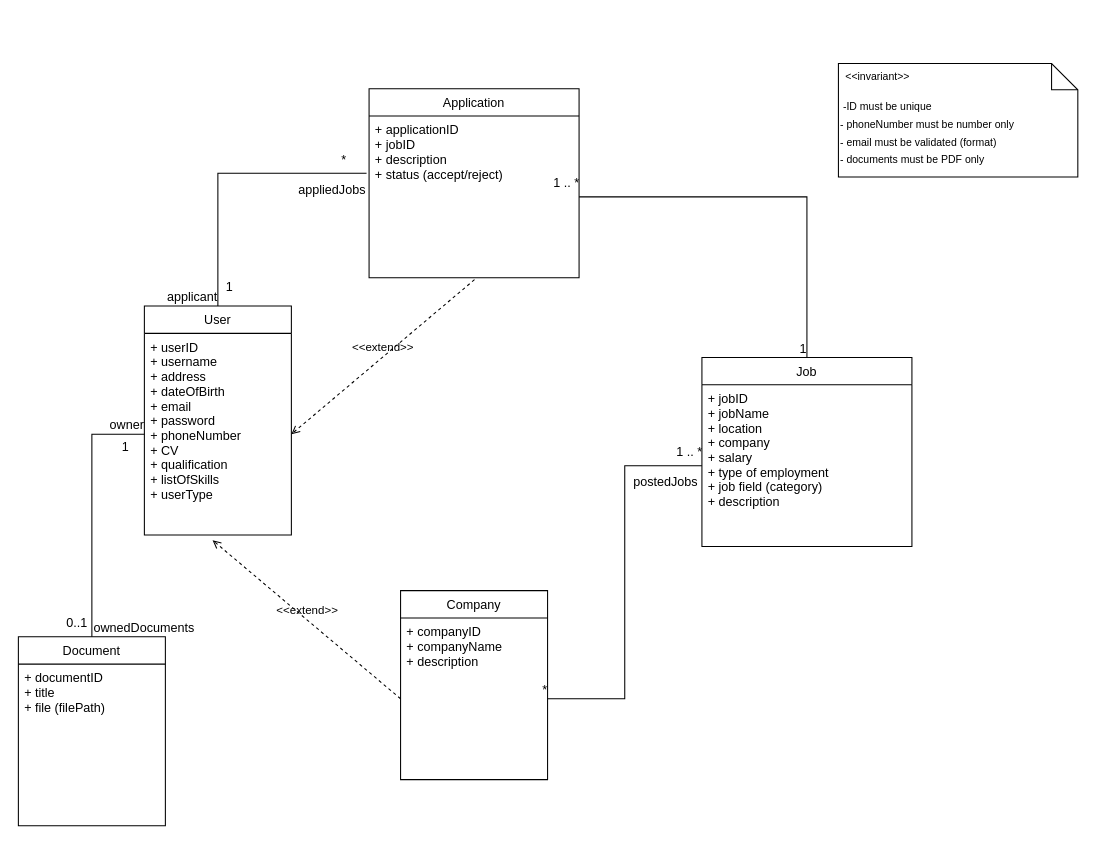
The draw.io diagram uml/information_domain_model.drawio in troppdus/MyWorstJobApp, before the edit. Source tidied: cells renumbered, new cells numbered last; positions are measured from the earlier drawing's top-left corner, leaving out a move shared by most shapes. Both pictures are drawn from the tidied source at 105%, with x=0, y=0 at pixel (18, 63).
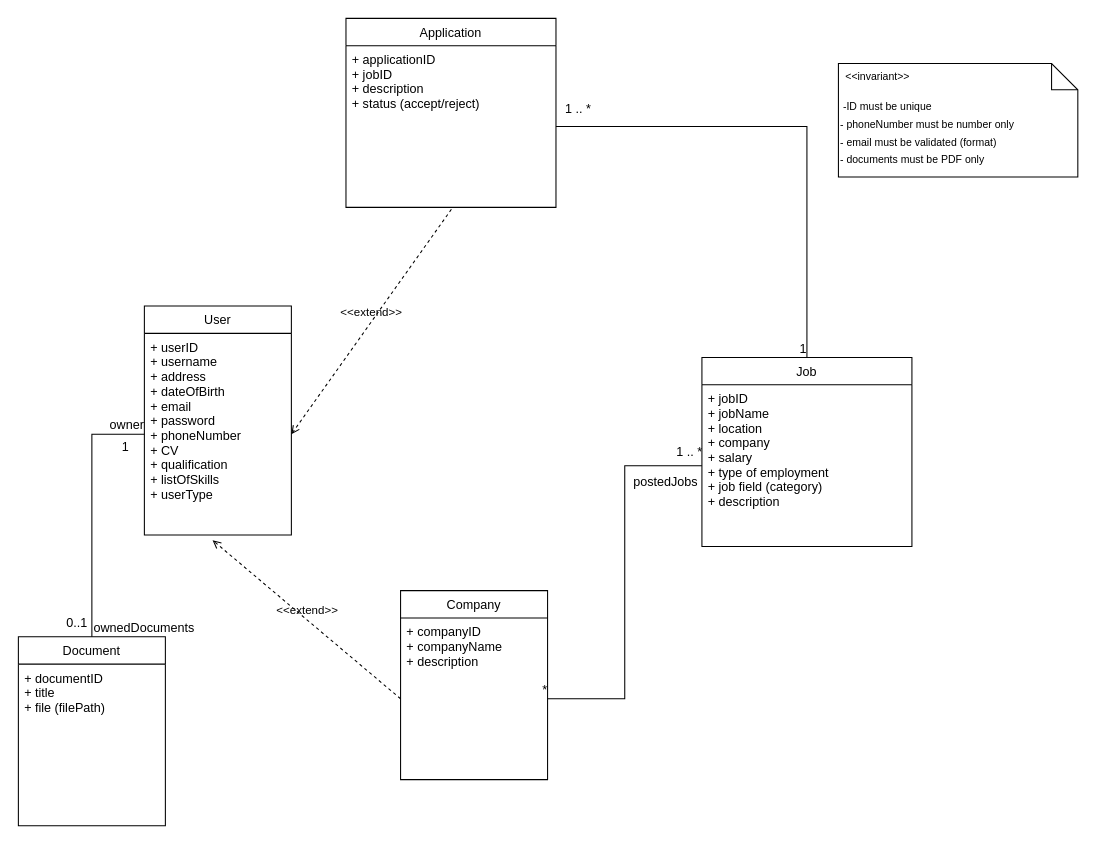
After the change.

Commit message (it also covers changes not shown here):
remove the connect between application and user as they are superclass-related

The change refers to these unchanged cells:
```xml
<mxCell id="2" value="User" style="swimlane;fontStyle=0;horizontal=1;startSize=26;fillColor=none;" parent="1" vertex="1">
  <mxGeometry x="120" y="231" width="140" height="218" as="geometry" />
</mxCell>
<mxCell id="9" value="+ applicationID&#10;+ jobID&#10;+ description&#10;+ status (accept/reject)&#10;&#10;" style="text;strokeColor=none;fillColor=none;align=left;verticalAlign=top;spacingLeft=4;spacingRight=4;overflow=hidden;points=[[0,0.5],[1,0.5]];portConstraint=eastwest;" parent="8" vertex="1">
  <mxGeometry y="26" width="200" height="154" as="geometry" />
</mxCell>
<mxCell id="28" style="endArrow=none;html=1;rounded=0;align=center;verticalAlign=top;endFill=0;labelBackgroundColor=none;exitX=1;exitY=0.5;exitDx=0;exitDy=0;entryX=0.5;entryY=0;entryDx=0;entryDy=0;edgeStyle=orthogonalEdgeStyle;" parent="1" edge="1" source="9" target="6">
  <mxGeometry relative="1" as="geometry" />
</mxCell>
```

Diff of the diagram source:
```diff
@@
     <mxCell id="8" value="Application" style="swimlane;fontStyle=0;horizontal=1;startSize=26;fillColor=none;" parent="1" vertex="1">
-      <mxGeometry x="334" y="24" width="200" height="180" as="geometry" />
+      <mxGeometry x="312" y="-43" width="200" height="180" as="geometry" />
     </mxCell>
@@
-    <mxCell id="19" style="endArrow=none;html=1;rounded=0;align=center;verticalAlign=top;endFill=0;labelBackgroundColor=none;exitX=-0.012;exitY=0.354;exitDx=0;exitDy=0;entryX=0.5;entryY=0;entryDx=0;entryDy=0;edgeStyle=orthogonalEdgeStyle;exitPerimeter=0;" parent="1" edge="1" source="9" target="2">
-      <mxGeometry relative="1" as="geometry" />
-    </mxCell>
-    <mxCell id="20" value="appliedJobs" style="html=1;align=left;verticalAlign=bottom;labelBackgroundColor=none;" parent="19" vertex="1">
-      <mxGeometry x="-1" relative="1" as="geometry">
-        <mxPoint x="-67" y="24" as="offset" />
-      </mxGeometry>
-    </mxCell>
-    <mxCell id="21" value="*" style="html=1;align=left;verticalAlign=top;labelBackgroundColor=none;" parent="19" vertex="1">
-      <mxGeometry x="-1" relative="1" as="geometry">
-        <mxPoint x="-26" y="-27" as="offset" />
-      </mxGeometry>
-    </mxCell>
-    <mxCell id="22" value="applicant" style="html=1;align=right;verticalAlign=bottom;labelBackgroundColor=none;" parent="19" vertex="1">
-      <mxGeometry x="1" relative="1" as="geometry" />
-    </mxCell>
-    <mxCell id="23" value="1" style="html=1;align=left;verticalAlign=top;labelBackgroundColor=none;" parent="1" vertex="1">
-      <mxGeometry x="196" y="199" as="geometry" />
-    </mxCell>
@@
     <mxCell id="29" value="1 .. *" style="html=1;align=left;verticalAlign=top;labelBackgroundColor=none;" parent="28" vertex="1">
       <mxGeometry x="-1" relative="1" as="geometry">
-        <mxPoint x="-26" y="-27" as="offset" />
+        <mxPoint x="7" y="-30" as="offset" />
       </mxGeometry>
     </mxCell>
```
